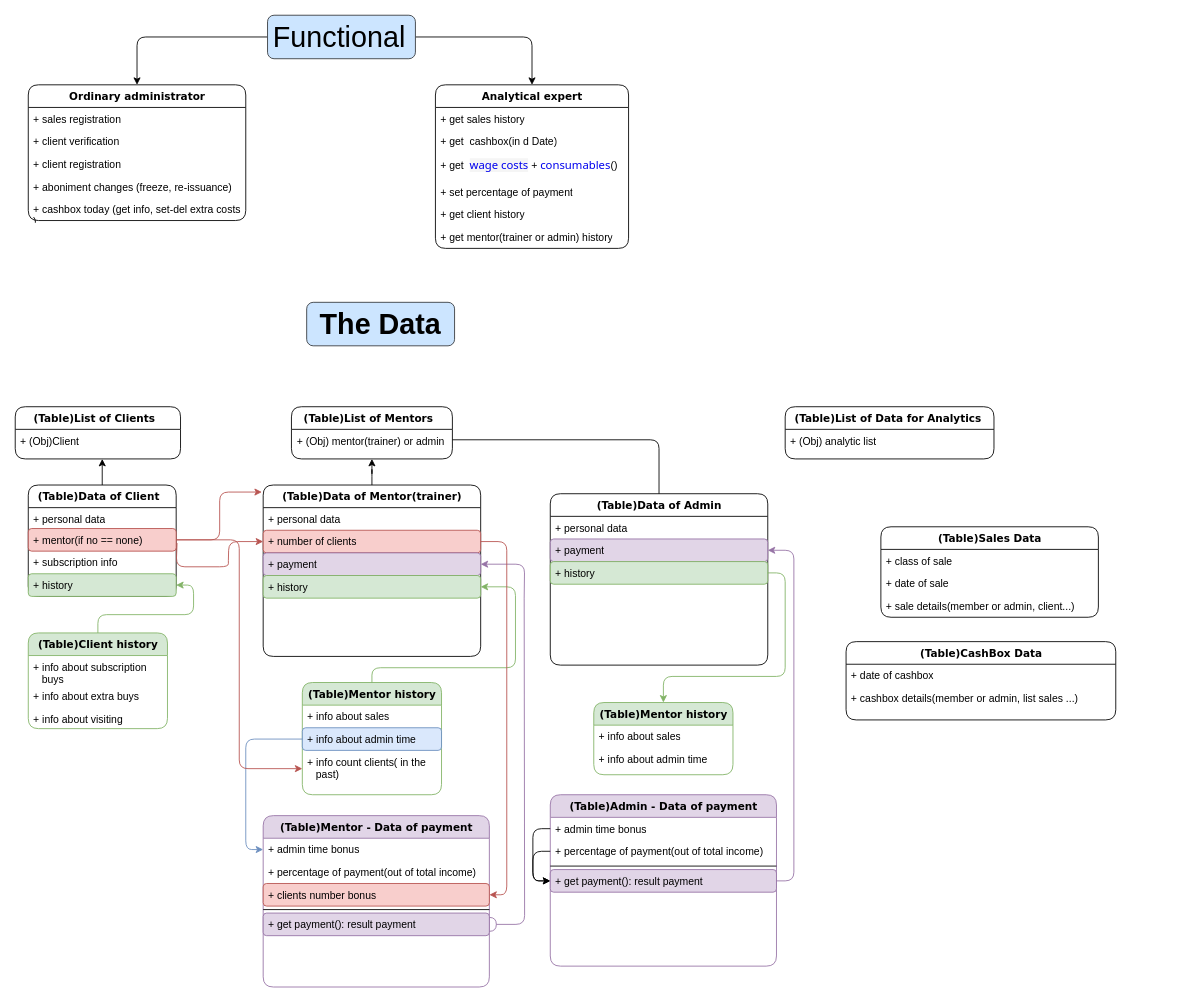
This is Диаграмма без названия.drawio from aaoovava/Visual-diagram-of-the-Admin-architecture, a draw.io file, before an edit. Source tidied: cells renumbered, new cells numbered last; positions are measured from the earlier drawing's top-left corner, leaving out a move shared by most shapes. Both pictures are drawn from the tidied source at 87%, with x=0, y=0 at pixel (15, 15).
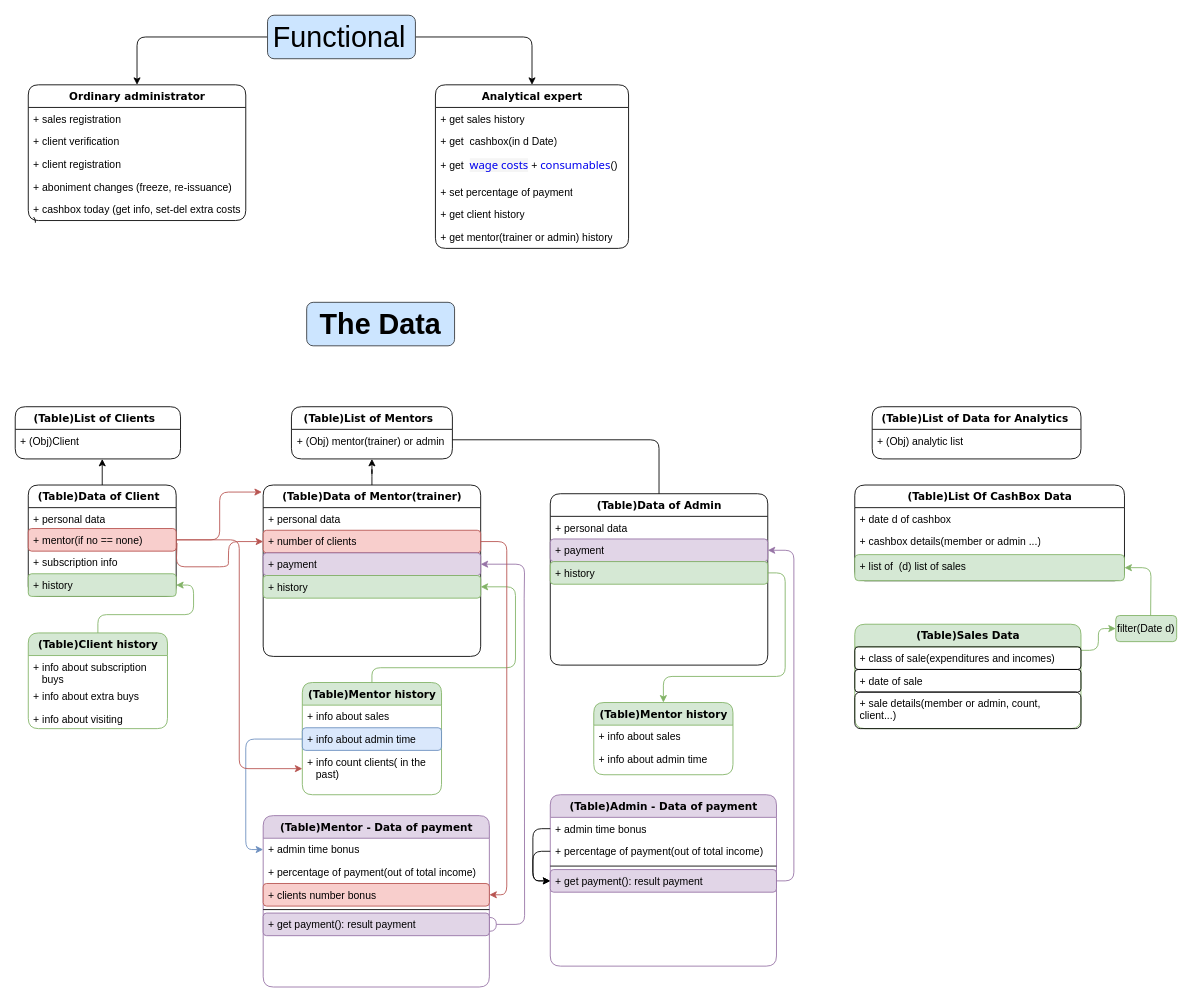
Above is the later version.

Change to the diagram source:
```diff
@@
     <mxCell id="72" value="(Table)List of Data for Analytics&amp;nbsp;" style="swimlane;html=1;fontStyle=1;align=center;verticalAlign=top;horizontal=1;startSize=26;swimlaneFillColor=#ffffff;rounded=1;shadow=0;comic=0;labelBackgroundColor=none;strokeWidth=1;fillColor=none;fontFamily=Verdana;fontSize=12;" parent="1" vertex="1">
-      <mxGeometry x="885" y="450" width="240" height="60" as="geometry" />
+      <mxGeometry x="985" y="450" width="240" height="60" as="geometry" />
     </mxCell>
@@
+    <mxCell id="85" style="edgeStyle=orthogonalEdgeStyle;rounded=1;jettySize=auto;html=1;exitX=1;exitY=0.25;exitDx=0;exitDy=0;entryX=0;entryY=0.5;entryDx=0;entryDy=0;fillColor=#d5e8d4;strokeColor=#82b366;" parent="1" edge="1" source="78" target="88">
+      <mxGeometry relative="1" as="geometry" />
+    </mxCell>
-    <mxCell id="78" value="(Table)Sales Data" style="swimlane;html=1;fontStyle=1;align=center;verticalAlign=top;horizontal=1;startSize=26;swimlaneFillColor=#ffffff;rounded=1;shadow=0;comic=0;labelBackgroundColor=none;strokeWidth=1;fillColor=none;fontFamily=Verdana;fontSize=12;" parent="1" vertex="1">
-      <mxGeometry x="995" y="588" width="250" height="104" as="geometry" />
+    <mxCell id="78" value="(Table)Sales Data" style="swimlane;html=1;fontStyle=1;align=center;verticalAlign=top;horizontal=1;startSize=26;swimlaneFillColor=#ffffff;rounded=1;shadow=0;comic=0;labelBackgroundColor=none;strokeWidth=1;fillColor=#d5e8d4;fontFamily=Verdana;fontSize=12;strokeColor=#82b366;" parent="1" vertex="1">
+      <mxGeometry x="965" y="700" width="260" height="120" as="geometry" />
     </mxCell>
-    <mxCell id="79" value="+ class of sale&amp;nbsp;" style="text;html=1;strokeColor=none;fillColor=none;align=left;verticalAlign=top;spacingLeft=4;spacingRight=4;whiteSpace=wrap;overflow=hidden;labelBackgroundColor=none;rounded=1;" parent="78" vertex="1">
-      <mxGeometry y="26" width="250" height="26" as="geometry" />
+    <mxCell id="79" value="+ class of sale(expenditures and incomes)" style="text;html=1;strokeColor=default;fillColor=none;align=left;verticalAlign=top;spacingLeft=4;spacingRight=4;whiteSpace=wrap;overflow=hidden;labelBackgroundColor=none;rounded=1;" parent="78" vertex="1">
+      <mxGeometry y="26" width="260" height="26" as="geometry" />
     </mxCell>
-    <mxCell id="80" value="+ date of sale&amp;nbsp;" style="text;html=1;strokeColor=none;fillColor=none;align=left;verticalAlign=top;spacingLeft=4;spacingRight=4;whiteSpace=wrap;overflow=hidden;labelBackgroundColor=none;rounded=1;" parent="78" vertex="1">
-      <mxGeometry y="52" width="250" height="26" as="geometry" />
+    <mxCell id="80" value="+ date of sale&amp;nbsp;" style="text;html=1;strokeColor=default;fillColor=none;align=left;verticalAlign=top;spacingLeft=4;spacingRight=4;whiteSpace=wrap;overflow=hidden;labelBackgroundColor=none;rounded=1;" parent="78" vertex="1">
+      <mxGeometry y="52" width="260" height="26" as="geometry" />
     </mxCell>
-    <mxCell id="81" value="+ sale details(member or admin, client...)" style="text;html=1;strokeColor=none;fillColor=none;align=left;verticalAlign=top;spacingLeft=4;spacingRight=4;whiteSpace=wrap;overflow=hidden;labelBackgroundColor=none;rounded=1;" parent="78" vertex="1">
-      <mxGeometry y="78" width="250" height="26" as="geometry" />
+    <mxCell id="81" value="+ sale details(member or admin, count, client...)" style="text;html=1;strokeColor=default;fillColor=none;align=left;verticalAlign=top;spacingLeft=4;spacingRight=4;whiteSpace=wrap;overflow=hidden;labelBackgroundColor=none;rounded=1;" parent="78" vertex="1">
+      <mxGeometry y="78" width="260" height="42" as="geometry" />
     </mxCell>
-    <mxCell id="82" value="(Table)CashBox Data" style="swimlane;html=1;fontStyle=1;align=center;verticalAlign=top;horizontal=1;startSize=26;swimlaneFillColor=#ffffff;rounded=1;shadow=0;comic=0;labelBackgroundColor=none;strokeWidth=1;fillColor=none;fontFamily=Verdana;fontSize=12;" parent="1" vertex="1">
-      <mxGeometry x="955" y="720" width="310" height="90" as="geometry" />
+    <mxCell id="82" value="(Table)List Of CashBox Data" style="swimlane;html=1;fontStyle=1;align=center;verticalAlign=top;horizontal=1;startSize=26;swimlaneFillColor=#ffffff;rounded=1;shadow=0;comic=0;labelBackgroundColor=none;strokeWidth=1;fillColor=none;fontFamily=Verdana;fontSize=12;" parent="1" vertex="1">
+      <mxGeometry x="965" y="540" width="310" height="110" as="geometry" />
     </mxCell>
-    <mxCell id="83" value="+ date of cashbox" style="text;html=1;strokeColor=none;fillColor=none;align=left;verticalAlign=top;spacingLeft=4;spacingRight=4;whiteSpace=wrap;overflow=hidden;labelBackgroundColor=none;rounded=1;" parent="82" vertex="1">
+    <mxCell id="83" value="+ date d of cashbox" style="text;html=1;strokeColor=none;fillColor=none;align=left;verticalAlign=top;spacingLeft=4;spacingRight=4;whiteSpace=wrap;overflow=hidden;labelBackgroundColor=none;rounded=1;" parent="82" vertex="1">
       <mxGeometry y="26" width="310" height="26" as="geometry" />
     </mxCell>
-    <mxCell id="84" value="+ cashbox details(member or admin, list sales ...)" style="text;html=1;strokeColor=none;fillColor=none;align=left;verticalAlign=top;spacingLeft=4;spacingRight=4;whiteSpace=wrap;overflow=hidden;labelBackgroundColor=none;rounded=1;" parent="82" vertex="1">
-      <mxGeometry y="52" width="310" height="38" as="geometry" />
+    <mxCell id="84" value="+ cashbox details(member or admin ...)" style="text;html=1;strokeColor=none;fillColor=none;align=left;verticalAlign=top;spacingLeft=4;spacingRight=4;whiteSpace=wrap;overflow=hidden;labelBackgroundColor=none;rounded=1;" parent="82" vertex="1">
+      <mxGeometry y="52" width="310" height="28" as="geometry" />
     </mxCell>
+    <mxCell id="86" value="+ list of&amp;nbsp; (d) list of sales" style="text;html=1;strokeColor=#82b366;fillColor=#d5e8d4;align=left;verticalAlign=top;spacingLeft=4;spacingRight=4;whiteSpace=wrap;overflow=hidden;points=[[0,0.5],[1,0.5]];portConstraint=eastwest;labelBackgroundColor=none;rounded=1;" parent="82" vertex="1">
+      <mxGeometry y="80" width="310" height="30" as="geometry" />
+    </mxCell>
+    <mxCell id="87" style="edgeStyle=orthogonalEdgeStyle;rounded=1;jettySize=auto;html=1;entryX=1;entryY=0.5;entryDx=0;entryDy=0;fillColor=#d5e8d4;strokeColor=#82b366;" parent="1" edge="1" target="86">
+      <mxGeometry relative="1" as="geometry">
+        <mxPoint x="1305" y="700" as="sourcePoint" />
+      </mxGeometry>
+    </mxCell>
+    <mxCell id="88" value="filter(Date d)" style="rounded=1;whiteSpace=wrap;html=1;fillColor=#d5e8d4;strokeColor=#82b366;" parent="1" vertex="1">
+      <mxGeometry x="1265" y="690" width="70" height="30" as="geometry" />
+    </mxCell>
```
